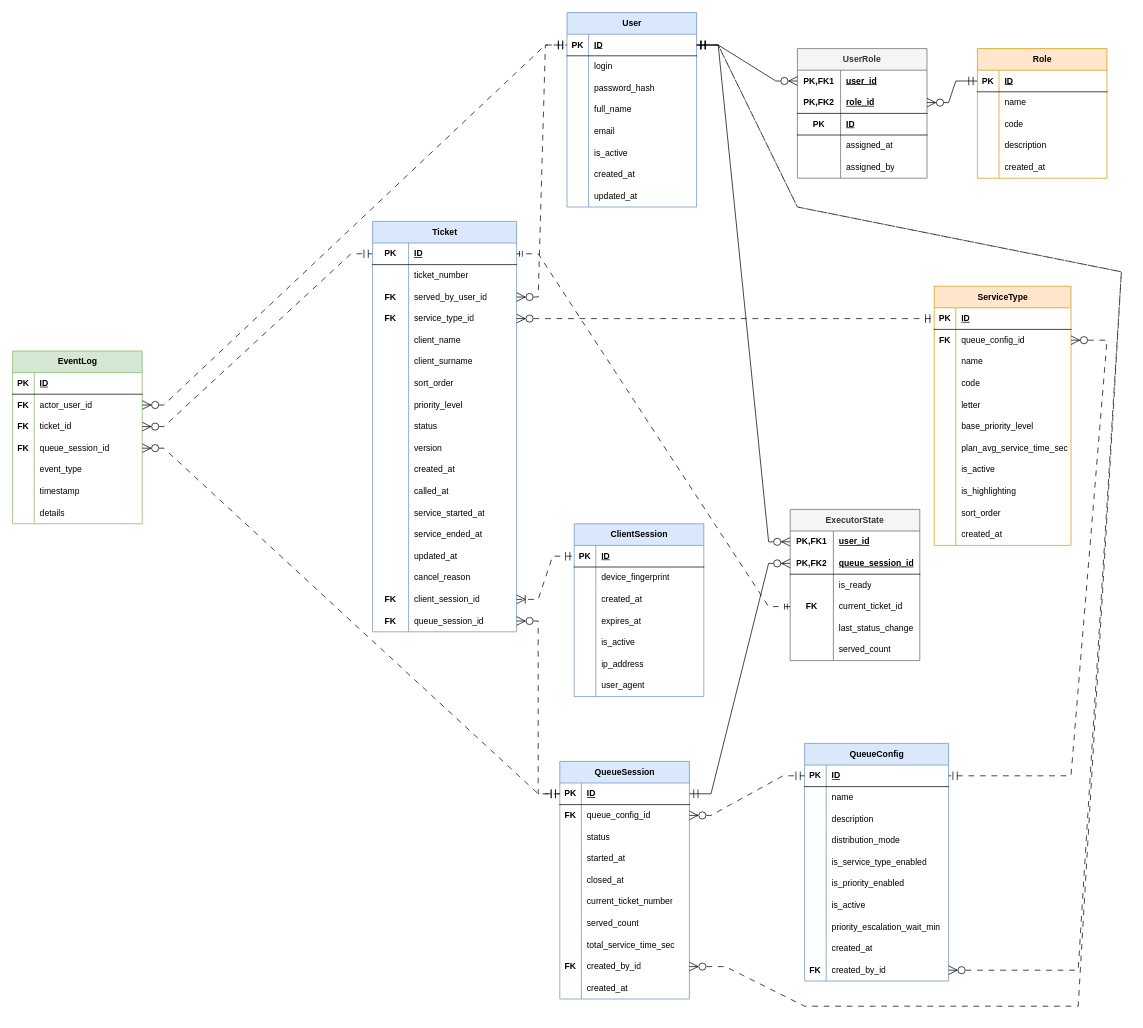
Above: design-sourses/data/logical-data-model.drawio in DaL1ner/virtual_queue_management_system (draw.io), before the change. Source tidied: cells renumbered, new cells numbered last; positions are measured from the earlier drawing's top-left corner, leaving out a move shared by most shapes. Both pictures are drawn from the tidied source at 72%, with x=0, y=0 at pixel (12, 12).
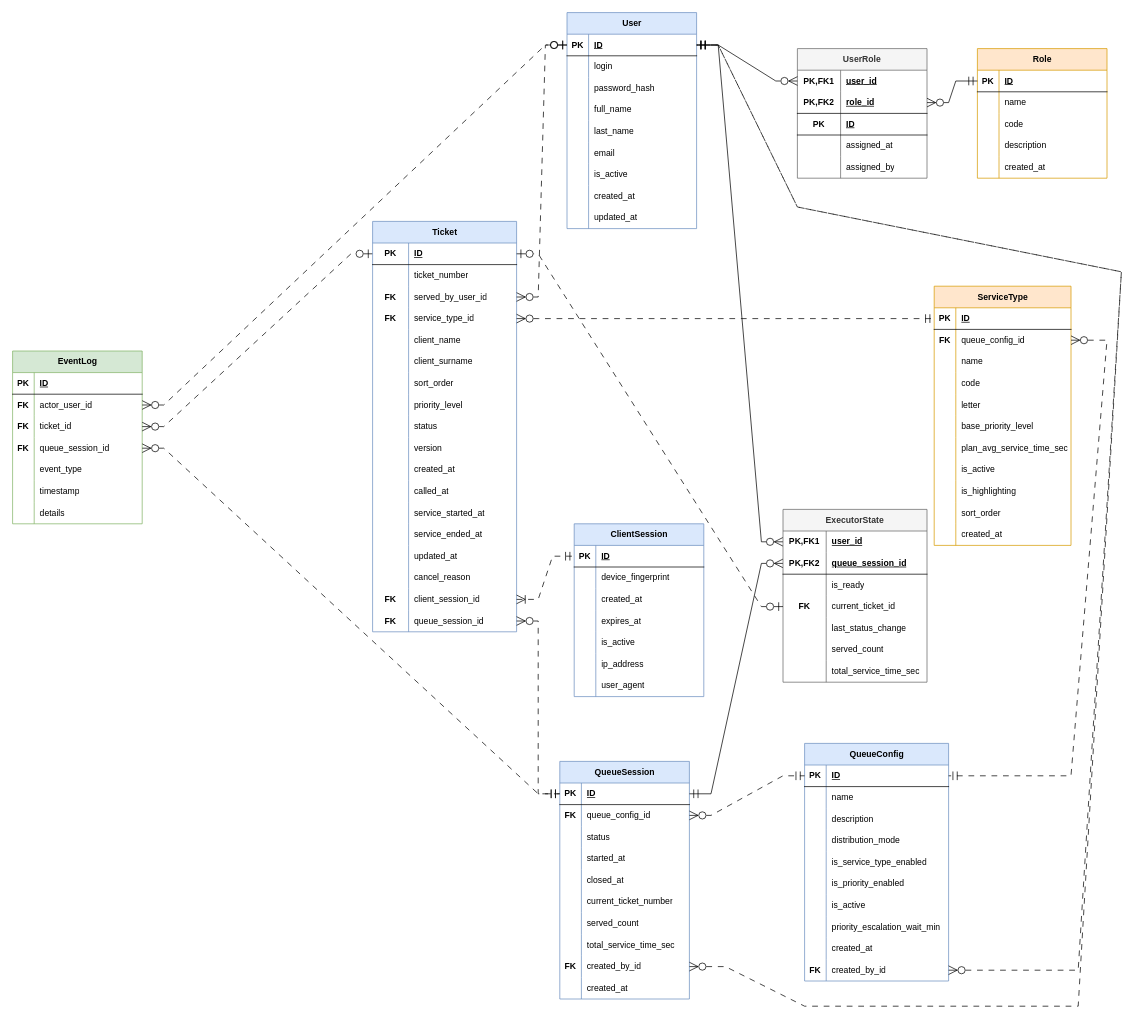
Above is the later version.

The change refers to these unchanged cells:
```xml
<mxCell id="3" style="shape=tableRow;horizontal=0;startSize=0;swimlaneHead=0;swimlaneBody=0;fillColor=none;points=[[0,0.5],[1,0.5]];portConstraint=eastwest;top=0;left=0;right=0;bottom=1;" parent="2" vertex="1">
  <mxGeometry y="30" width="180" height="30" as="geometry" />
</mxCell>
<mxCell id="181" style="shape=tableRow;horizontal=0;startSize=0;swimlaneHead=0;swimlaneBody=0;fillColor=none;points=[[0,0.5],[1,0.5]];portConstraint=eastwest;top=0;left=0;right=0;bottom=0;" parent="177" vertex="1">
  <mxGeometry y="60" width="180" height="30" as="geometry" />
</mxCell>
<mxCell id="184" style="shape=tableRow;horizontal=0;startSize=0;swimlaneHead=0;swimlaneBody=0;fillColor=none;points=[[0,0.5],[1,0.5]];portConstraint=eastwest;top=0;left=0;right=0;bottom=0;" parent="177" vertex="1">
  <mxGeometry y="90" width="180" height="30" as="geometry" />
</mxCell>
<mxCell id="207" style="shape=tableRow;horizontal=0;startSize=0;swimlaneHead=0;swimlaneBody=0;fillColor=none;points=[[0,0.5],[1,0.5]];portConstraint=eastwest;top=0;left=0;right=0;bottom=1;" parent="206" vertex="1">
  <mxGeometry y="30" width="200" height="30" as="geometry" />
</mxCell>
<mxCell id="213" style="shape=tableRow;horizontal=0;startSize=0;swimlaneHead=0;swimlaneBody=0;fillColor=none;points=[[0,0.5],[1,0.5]];portConstraint=eastwest;top=0;left=0;right=0;bottom=0;" parent="206" vertex="1">
  <mxGeometry y="90" width="200" height="30" as="geometry" />
</mxCell>
```

Diff of the diagram source:
```diff
@@
     <mxCell id="2" value="User" style="shape=table;startSize=30;childLayout=tableLayout;rowLines=0;fontStyle=1;align=center;html=1;fillColor=#dae8fc;strokeColor=#6c8ebf;" parent="1" vertex="1">
-      <mxGeometry x="770" width="180" height="270" as="geometry" />
+      <mxGeometry x="770" width="180" height="300" as="geometry" />
     </mxCell>
@@
+    <mxCell id="289" style="shape=tableRow;horizontal=0;startSize=0;swimlaneHead=0;swimlaneBody=0;fillColor=none;top=0;left=0;right=0;bottom=0;" parent="2" vertex="1">
+      <mxGeometry y="150" width="180" height="30" as="geometry" />
+    </mxCell>
+    <mxCell id="290" style="shape=partialRectangle;fillColor=none;top=0;left=0;bottom=0;right=0;overflow=hidden;whiteSpace=wrap;html=1;" parent="289" vertex="1">
+      <mxGeometry width="30" height="30" as="geometry" />
+    </mxCell>
+    <mxCell id="291" value="last_name" style="shape=partialRectangle;fillColor=none;top=0;left=0;bottom=0;right=0;align=left;spacingLeft=6;overflow=hidden;whiteSpace=wrap;html=1;" parent="289" vertex="1">
+      <mxGeometry x="30" width="150" height="30" as="geometry" />
+    </mxCell>
     <mxCell id="15" style="shape=tableRow;horizontal=0;startSize=0;swimlaneHead=0;swimlaneBody=0;fillColor=none;top=0;left=0;right=0;bottom=0;" parent="2" vertex="1">
-      <mxGeometry y="150" width="180" height="30" as="geometry" />
+      <mxGeometry y="180" width="180" height="30" as="geometry" />
     </mxCell>
@@
     <mxCell id="18" style="shape=tableRow;horizontal=0;startSize=0;swimlaneHead=0;swimlaneBody=0;fillColor=none;top=0;left=0;right=0;bottom=0;" parent="2" vertex="1">
-      <mxGeometry y="180" width="180" height="30" as="geometry" />
+      <mxGeometry y="210" width="180" height="30" as="geometry" />
     </mxCell>
@@
     <mxCell id="21" style="shape=tableRow;horizontal=0;startSize=0;swimlaneHead=0;swimlaneBody=0;fillColor=none;top=0;left=0;right=0;bottom=0;" parent="2" vertex="1">
-      <mxGeometry y="210" width="180" height="30" as="geometry" />
+      <mxGeometry y="240" width="180" height="30" as="geometry" />
     </mxCell>
@@
     <mxCell id="24" style="shape=tableRow;horizontal=0;startSize=0;swimlaneHead=0;swimlaneBody=0;fillColor=none;top=0;left=0;right=0;bottom=0;" parent="2" vertex="1">
-      <mxGeometry y="240" width="180" height="30" as="geometry" />
+      <mxGeometry y="270" width="180" height="30" as="geometry" />
     </mxCell>
@@
-    <mxCell id="199" style="edgeStyle=entityRelationEdgeStyle;rounded=0;jettySize=auto;html=1;exitX=1;exitY=0.5;exitDx=0;exitDy=0;endArrow=ERmandOne;endFill=0;startArrow=ERzeroToMany;startFill=0;startSize=10;endSize=10;dashed=1;dashPattern=8 8;" parent="1" edge="1" source="184" target="207">
+    <mxCell id="199" style="edgeStyle=entityRelationEdgeStyle;rounded=0;jettySize=auto;html=1;exitX=1;exitY=0.5;exitDx=0;exitDy=0;endArrow=ERzeroToOne;endFill=0;startArrow=ERzeroToMany;startFill=0;startSize=10;endSize=10;dashed=1;dashPattern=8 8;" parent="1" edge="1" source="184" target="207">
       <mxGeometry relative="1" as="geometry" />
     </mxCell>
-    <mxCell id="200" style="edgeStyle=entityRelationEdgeStyle;shape=connector;rounded=0;jettySize=auto;html=1;exitX=1;exitY=0.5;exitDx=0;exitDy=0;entryX=0;entryY=0.5;entryDx=0;entryDy=0;strokeColor=default;align=center;verticalAlign=middle;fontFamily=Helvetica;fontSize=11;fontColor=default;labelBackgroundColor=default;startArrow=ERzeroToMany;startFill=0;startSize=10;endArrow=ERmandOne;endFill=0;endSize=10;dashed=1;dashPattern=8 8;" parent="1" edge="1" source="181" target="3">
+    <mxCell id="200" style="edgeStyle=entityRelationEdgeStyle;shape=connector;rounded=0;jettySize=auto;html=1;exitX=1;exitY=0.5;exitDx=0;exitDy=0;entryX=0;entryY=0.5;entryDx=0;entryDy=0;strokeColor=default;align=center;verticalAlign=middle;fontFamily=Helvetica;fontSize=11;fontColor=default;labelBackgroundColor=default;startArrow=ERzeroToMany;startFill=0;startSize=10;endArrow=ERzeroToOne;endFill=0;endSize=10;dashed=1;dashPattern=8 8;" parent="1" edge="1" source="181" target="3">
       <mxGeometry relative="1" as="geometry" />
     </mxCell>
@@
-    <mxCell id="261" style="edgeStyle=entityRelationEdgeStyle;shape=connector;rounded=0;jettySize=auto;html=1;exitX=1;exitY=0.5;exitDx=0;exitDy=0;entryX=0;entryY=0.5;entryDx=0;entryDy=0;strokeColor=default;align=center;verticalAlign=middle;fontFamily=Helvetica;fontSize=11;fontColor=default;labelBackgroundColor=default;startArrow=ERzeroToMany;startFill=0;startSize=10;endArrow=ERmandOne;endFill=0;endSize=10;dashed=1;dashPattern=8 8;" parent="1" edge="1" source="213" target="3">
+    <mxCell id="261" style="edgeStyle=entityRelationEdgeStyle;shape=connector;rounded=0;jettySize=auto;html=1;exitX=1;exitY=0.5;exitDx=0;exitDy=0;entryX=0;entryY=0.5;entryDx=0;entryDy=0;strokeColor=default;align=center;verticalAlign=middle;fontFamily=Helvetica;fontSize=11;fontColor=default;labelBackgroundColor=default;startArrow=ERzeroToMany;startFill=0;startSize=10;endArrow=ERzeroToOne;endFill=0;endSize=10;dashed=1;dashPattern=8 8;" parent="1" edge="1" source="213" target="3">
       <mxGeometry relative="1" as="geometry" />
     </mxCell>
@@
     <mxCell id="268" value="ExecutorState" style="shape=table;startSize=30;childLayout=tableLayout;rowLines=0;fontStyle=1;align=center;html=1;whiteSpace=wrap;fillColor=#f5f5f5;fontColor=#333333;strokeColor=#666666;" parent="1" vertex="1">
-      <mxGeometry x="1080" y="690" width="180" height="210" as="geometry" />
+      <mxGeometry x="1070" y="690" width="200" height="240" as="geometry" />
     </mxCell>
     <mxCell id="269" style="shape=tableRow;horizontal=0;startSize=0;swimlaneHead=0;swimlaneBody=0;fillColor=none;points=[[0,0.5],[1,0.5]];portConstraint=eastwest;top=0;left=0;right=0;bottom=0;html=1;" parent="268" vertex="1">
-      <mxGeometry y="30" width="180" height="30" as="geometry" />
+      <mxGeometry y="30" width="200" height="30" as="geometry" />
     </mxCell>
@@
     <mxCell id="271" value="user_id" style="shape=partialRectangle;fillColor=none;top=0;left=0;bottom=0;right=0;align=left;spacingLeft=6;fontStyle=5;overflow=hidden;html=1;whiteSpace=wrap;" parent="269" vertex="1">
-      <mxGeometry x="60" width="120" height="30" as="geometry" />
+      <mxGeometry x="60" width="140" height="30" as="geometry" />
     </mxCell>
     <mxCell id="272" style="shape=tableRow;horizontal=0;startSize=0;swimlaneHead=0;swimlaneBody=0;fillColor=none;points=[[0,0.5],[1,0.5]];portConstraint=eastwest;top=0;left=0;right=0;bottom=1;html=1;" parent="268" vertex="1">
-      <mxGeometry y="60" width="180" height="30" as="geometry" />
+      <mxGeometry y="60" width="200" height="30" as="geometry" />
     </mxCell>
@@
     <mxCell id="274" value="queue_session_id" style="shape=partialRectangle;fillColor=none;top=0;left=0;bottom=0;right=0;align=left;spacingLeft=6;fontStyle=5;overflow=hidden;html=1;whiteSpace=wrap;" parent="272" vertex="1">
-      <mxGeometry x="60" width="120" height="30" as="geometry" />
+      <mxGeometry x="60" width="140" height="30" as="geometry" />
     </mxCell>
     <mxCell id="275" style="shape=tableRow;horizontal=0;startSize=0;swimlaneHead=0;swimlaneBody=0;fillColor=none;top=0;left=0;right=0;bottom=0;html=1;" parent="268" vertex="1">
-      <mxGeometry y="90" width="180" height="30" as="geometry" />
+      <mxGeometry y="90" width="200" height="30" as="geometry" />
     </mxCell>
@@
     <mxCell id="277" value="is_ready" style="shape=partialRectangle;fillColor=none;top=0;left=0;bottom=0;right=0;align=left;spacingLeft=6;overflow=hidden;html=1;whiteSpace=wrap;" parent="275" vertex="1">
-      <mxGeometry x="60" width="120" height="30" as="geometry" />
+      <mxGeometry x="60" width="140" height="30" as="geometry" />
     </mxCell>
     <mxCell id="278" style="shape=tableRow;horizontal=0;startSize=0;swimlaneHead=0;swimlaneBody=0;fillColor=none;points=[[0,0.5],[1,0.5]];portConstraint=eastwest;top=0;left=0;right=0;bottom=0;html=1;" parent="268" vertex="1">
-      <mxGeometry y="120" width="180" height="30" as="geometry" />
+      <mxGeometry y="120" width="200" height="30" as="geometry" />
     </mxCell>
@@
     <mxCell id="280" value="current_ticket_id" style="shape=partialRectangle;fillColor=none;top=0;left=0;bottom=0;right=0;align=left;spacingLeft=6;overflow=hidden;html=1;whiteSpace=wrap;" parent="278" vertex="1">
-      <mxGeometry x="60" width="120" height="30" as="geometry" />
+      <mxGeometry x="60" width="140" height="30" as="geometry" />
     </mxCell>
     <mxCell id="281" style="shape=tableRow;horizontal=0;startSize=0;swimlaneHead=0;swimlaneBody=0;fillColor=none;top=0;left=0;right=0;bottom=0;html=1;" parent="268" vertex="1">
-      <mxGeometry y="150" width="180" height="30" as="geometry" />
+      <mxGeometry y="150" width="200" height="30" as="geometry" />
     </mxCell>
@@
     <mxCell id="283" value="last_status_change" style="shape=partialRectangle;fillColor=none;top=0;left=0;bottom=0;right=0;align=left;spacingLeft=6;overflow=hidden;html=1;whiteSpace=wrap;" parent="281" vertex="1">
-      <mxGeometry x="60" width="120" height="30" as="geometry" />
+      <mxGeometry x="60" width="140" height="30" as="geometry" />
     </mxCell>
     <mxCell id="284" style="shape=tableRow;horizontal=0;startSize=0;swimlaneHead=0;swimlaneBody=0;fillColor=none;top=0;left=0;right=0;bottom=0;html=1;" parent="268" vertex="1">
-      <mxGeometry y="180" width="180" height="30" as="geometry" />
+      <mxGeometry y="180" width="200" height="30" as="geometry" />
     </mxCell>
@@
     <mxCell id="286" value="served_count" style="shape=partialRectangle;fillColor=none;top=0;left=0;bottom=0;right=0;align=left;spacingLeft=6;overflow=hidden;html=1;whiteSpace=wrap;" parent="284" vertex="1">
-      <mxGeometry x="60" width="120" height="30" as="geometry" />
+      <mxGeometry x="60" width="140" height="30" as="geometry" />
     </mxCell>
+    <mxCell id="292" style="shape=tableRow;horizontal=0;startSize=0;swimlaneHead=0;swimlaneBody=0;fillColor=none;top=0;left=0;right=0;bottom=0;html=1;" parent="268" vertex="1">
+      <mxGeometry y="210" width="200" height="30" as="geometry" />
+    </mxCell>
+    <mxCell id="293" style="shape=partialRectangle;fillColor=none;top=0;left=0;bottom=0;right=0;overflow=hidden;html=1;whiteSpace=wrap;" parent="292" vertex="1">
+      <mxGeometry width="60" height="30" as="geometry" />
+    </mxCell>
+    <mxCell id="294" value="total_service_time_sec" style="shape=partialRectangle;fillColor=none;top=0;left=0;bottom=0;right=0;align=left;spacingLeft=6;overflow=hidden;html=1;whiteSpace=wrap;" parent="292" vertex="1">
+      <mxGeometry x="60" width="140" height="30" as="geometry" />
+    </mxCell>
-    <mxCell id="287" style="edgeStyle=entityRelationEdgeStyle;rounded=0;jettySize=auto;html=1;exitX=0;exitY=0.5;exitDx=0;exitDy=0;entryX=1;entryY=0.5;entryDx=0;entryDy=0;startArrow=ERmandOne;startFill=0;endArrow=ERmandOne;endFill=0;dashed=1;dashPattern=8 8;" parent="1" edge="1" source="278" target="207">
+    <mxCell id="287" style="edgeStyle=entityRelationEdgeStyle;rounded=0;jettySize=auto;html=1;exitX=0;exitY=0.5;exitDx=0;exitDy=0;entryX=1;entryY=0.5;entryDx=0;entryDy=0;startArrow=ERzeroToOne;startFill=0;endArrow=ERzeroToOne;endFill=0;dashed=1;dashPattern=8 8;startSize=10;endSize=10;" parent="1" edge="1" source="278" target="207">
       <mxGeometry relative="1" as="geometry" />
     </mxCell>
```
